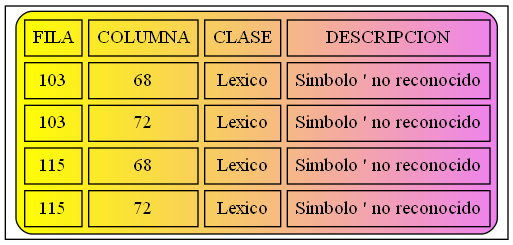
JoseMore99/OLC2_P1_201701015 keeps this Graphviz diagram as Errores.png. Above is the earlier version. Its source is kept beside it as Errores.dot. Its diagram source:
```dot
digraph G{
node [shape=record];
a0 [label=<<TABLE border="1" cellspacing="5" cellpadding="5" style="rounded" bgcolor="yellow:violet">
"<TR><TD>FILA</TD><TD>COLUMNA</TD><TD>CLASE</TD><TD>DESCRIPCION</TD></TR>
<TR><TD>103</TD><TD>68</TD><TD>Lexico</TD><TD>Simbolo ' no reconocido</TD></TR>
<TR><TD>103</TD><TD>72</TD><TD>Lexico</TD><TD>Simbolo ' no reconocido</TD></TR>
<TR><TD>115</TD><TD>68</TD><TD>Lexico</TD><TD>Simbolo ' no reconocido</TD></TR>
<TR><TD>115</TD><TD>72</TD><TD>Lexico</TD><TD>Simbolo ' no reconocido</TD></TR>
</TABLE>>];
}
```
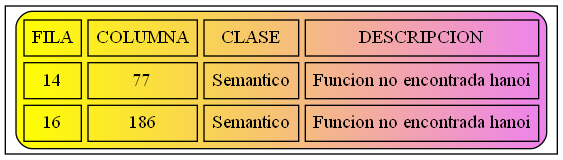
The same diagram one commit later.

Change to the diagram source:
```diff
@@ -2,9 +2,7 @@
 node [shape=record];
 a0 [label=<<TABLE border="1" cellspacing="5" cellpadding="5" style="rounded" bgcolor="yellow:violet">
 "<TR><TD>FILA</TD><TD>COLUMNA</TD><TD>CLASE</TD><TD>DESCRIPCION</TD></TR>
-<TR><TD>103</TD><TD>68</TD><TD>Lexico</TD><TD>Simbolo ' no reconocido</TD></TR>
-<TR><TD>103</TD><TD>72</TD><TD>Lexico</TD><TD>Simbolo ' no reconocido</TD></TR>
-<TR><TD>115</TD><TD>68</TD><TD>Lexico</TD><TD>Simbolo ' no reconocido</TD></TR>
-<TR><TD>115</TD><TD>72</TD><TD>Lexico</TD><TD>Simbolo ' no reconocido</TD></TR>
+<TR><TD>14</TD><TD>77</TD><TD>Semantico</TD><TD>Funcion no encontrada hanoi</TD></TR>
+<TR><TD>16</TD><TD>186</TD><TD>Semantico</TD><TD>Funcion no encontrada hanoi</TD></TR>
 </TABLE>>];
 }
```
